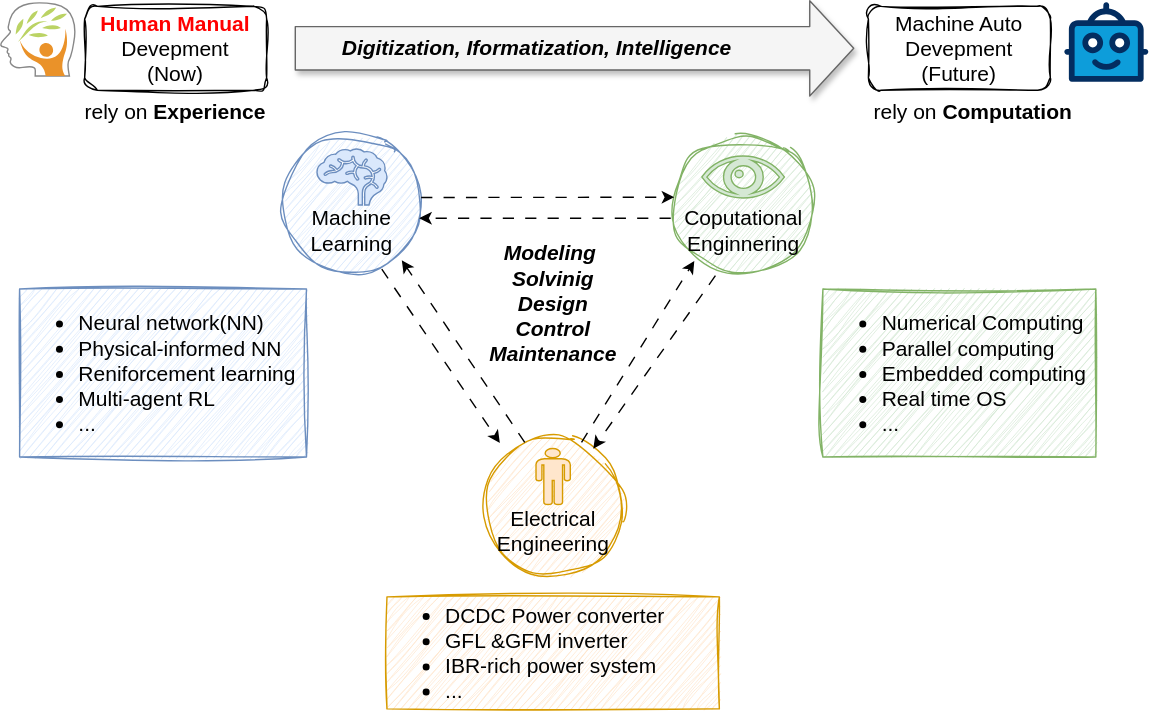
This is assets/media/Web_HomePage.svg from CharlinZheng/CharlinZheng.github.io, a draw.io export, as it was before one commit. Source tidied: cells renumbered, new cells last; positions are measured from the earlier drawing's top-left corner, leaving out a move shared by most shapes. Its diagram source:
```xml
<mxGraphModel>
  <root>
    <mxCell id="0" />
    <mxCell id="1" parent="0" />
    <mxCell id="2" value="&lt;div&gt;&lt;br&gt;&lt;/div&gt;&lt;div&gt;&lt;br&gt;&lt;/div&gt;Electrical Engineering" style="ellipse;whiteSpace=wrap;html=1;sketch=1;curveFitting=1;jiggle=2;fillColor=#ffe6cc;strokeColor=#d79b00;fontSize=15;" parent="1" vertex="1">
      <mxGeometry x="344.8" y="310" width="100" height="100" as="geometry" />
    </mxCell>
    <mxCell id="3" value="&lt;div&gt;&lt;br&gt;&lt;/div&gt;&lt;div&gt;&lt;br&gt;&lt;/div&gt;Machine&lt;div&gt;Learning&lt;/div&gt;" style="ellipse;whiteSpace=wrap;html=1;sketch=1;curveFitting=1;jiggle=2;fillColor=#dae8fc;strokeColor=#6c8ebf;fontSize=15;" parent="1" vertex="1">
      <mxGeometry x="201" y="95" width="100" height="100" as="geometry" />
    </mxCell>
    <mxCell id="4" value="&lt;div&gt;&lt;br&gt;&lt;/div&gt;&lt;div&gt;&lt;br&gt;&lt;/div&gt;Coputational&lt;div&gt;Enginnering&lt;/div&gt;" style="ellipse;whiteSpace=wrap;html=1;sketch=1;curveFitting=1;jiggle=2;fillColor=#d5e8d4;strokeColor=#82b366;fontSize=15;" parent="1" vertex="1">
      <mxGeometry x="481" y="95" width="100" height="100" as="geometry" />
    </mxCell>
    <mxCell id="5" value="&lt;b&gt;&lt;font style=&quot;color: rgb(255, 0, 0);&quot;&gt;Human M&lt;/font&gt;&lt;/b&gt;&lt;font color=&quot;#ff0000&quot;&gt;&lt;b&gt;anual&lt;/b&gt;&lt;/font&gt;&lt;div&gt;Devepment&lt;/div&gt;&lt;div&gt;(Now)&lt;/div&gt;" style="rounded=1;whiteSpace=wrap;html=1;glass=0;sketch=1;curveFitting=1;jiggle=2;fontSize=15;" parent="1" vertex="1">
      <mxGeometry x="60" y="3" width="130" height="60" as="geometry" />
    </mxCell>
    <mxCell id="6" value="Machine Auto&lt;div&gt;Devepment&lt;/div&gt;&lt;div&gt;(Future)&lt;/div&gt;" style="rounded=1;whiteSpace=wrap;html=1;glass=0;sketch=1;curveFitting=1;jiggle=2;fontSize=15;" parent="1" vertex="1">
      <mxGeometry x="620" y="3" width="130" height="60" as="geometry" />
    </mxCell>
    <mxCell id="7" style="shape=flexArrow;endArrow=classic;html=1;rounded=1;endWidth=36;endSize=10.137931034482758;width=31.03448275862069;flowAnimation=0;fontStyle=2;shadow=1;fillColor=#f5f5f5;strokeColor=#666666;" parent="1" edge="1">
      <mxGeometry relative="1" as="geometry">
        <mxPoint x="210" y="33" as="sourcePoint" />
        <mxPoint x="610" y="33" as="targetPoint" />
      </mxGeometry>
    </mxCell>
    <mxCell id="8" value="rely on &lt;b&gt;Experience&lt;/b&gt;" style="text;strokeColor=none;align=center;fillColor=none;html=1;verticalAlign=middle;whiteSpace=wrap;rounded=0;fontSize=15;" parent="1" vertex="1">
      <mxGeometry x="55" y="63" width="140" height="30" as="geometry" />
    </mxCell>
    <mxCell id="9" value="rely on &lt;b&gt;Computation&lt;/b&gt;" style="text;strokeColor=none;align=center;fillColor=none;html=1;verticalAlign=middle;whiteSpace=wrap;rounded=0;fontSize=15;" parent="1" vertex="1">
      <mxGeometry x="610" y="63" width="170" height="30" as="geometry" />
    </mxCell>
    <mxCell id="10" value="&lt;ul&gt;&lt;li&gt;&lt;span style=&quot;background-color: transparent; color: light-dark(rgb(0, 0, 0), rgb(255, 255, 255));&quot;&gt;Numerical Computing&lt;/span&gt;&lt;/li&gt;&lt;li&gt;Parallel computing&lt;/li&gt;&lt;li&gt;Embedded computing&lt;/li&gt;&lt;li&gt;Real time OS&lt;/li&gt;&lt;li&gt;...&lt;/li&gt;&lt;/ul&gt;" style="text;strokeColor=#82b366;align=left;fillColor=#d5e8d4;html=1;verticalAlign=middle;whiteSpace=wrap;rounded=0;fontSize=15;sketch=1;curveFitting=1;jiggle=2;" parent="1" vertex="1">
      <mxGeometry x="587.5" y="205" width="195" height="120" as="geometry" />
    </mxCell>
    <mxCell id="11" value="&lt;ul&gt;&lt;li&gt;Neural network(NN)&lt;/li&gt;&lt;li&gt;Physical-informed NN&lt;/li&gt;&lt;li&gt;Reniforcement learning&lt;/li&gt;&lt;li&gt;Multi-agent RL&lt;/li&gt;&lt;li&gt;...&lt;/li&gt;&lt;/ul&gt;" style="text;strokeColor=#6c8ebf;align=left;fillColor=#dae8fc;html=1;verticalAlign=middle;whiteSpace=wrap;rounded=0;fontSize=15;sketch=1;curveFitting=1;jiggle=2;" parent="1" vertex="1">
      <mxGeometry x="13.5" y="205" width="205" height="120" as="geometry" />
    </mxCell>
    <mxCell id="12" value="&lt;ul&gt;&lt;li&gt;DCDC Power converter&lt;/li&gt;&lt;li&gt;GFL &amp;amp;GFM inverter&lt;/li&gt;&lt;li&gt;IBR-rich power system&lt;/li&gt;&lt;li&gt;...&lt;/li&gt;&lt;/ul&gt;" style="text;strokeColor=#d79b00;align=left;fillColor=#ffe6cc;html=1;verticalAlign=middle;whiteSpace=wrap;rounded=0;fontSize=15;sketch=1;curveFitting=1;jiggle=2;" parent="1" vertex="1">
      <mxGeometry x="276" y="425" width="237.5" height="80" as="geometry" />
    </mxCell>
    <mxCell id="13" value="&lt;span style=&quot;background-color: transparent; color: light-dark(rgb(0, 0, 0), rgb(255, 255, 255));&quot;&gt;Modeling&amp;nbsp;&lt;/span&gt;&lt;br&gt;&lt;span style=&quot;background-color: transparent; color: light-dark(rgb(0, 0, 0), rgb(255, 255, 255));&quot;&gt;Solvinig&lt;/span&gt;&lt;br&gt;&lt;span style=&quot;background-color: transparent; color: light-dark(rgb(0, 0, 0), rgb(255, 255, 255));&quot;&gt;Design&lt;/span&gt;&lt;br&gt;&lt;span style=&quot;background-color: transparent; color: light-dark(rgb(0, 0, 0), rgb(255, 255, 255));&quot;&gt;Control&lt;/span&gt;&lt;br&gt;&lt;span style=&quot;background-color: transparent; color: light-dark(rgb(0, 0, 0), rgb(255, 255, 255));&quot;&gt;Maintenance&lt;/span&gt;" style="text;strokeColor=none;align=center;fillColor=none;html=1;verticalAlign=middle;whiteSpace=wrap;rounded=0;fontSize=15;sketch=1;curveFitting=1;jiggle=2;shadow=1;fontStyle=3;" parent="1" vertex="1">
      <mxGeometry x="319.8" y="160" width="150" height="110" as="geometry" />
    </mxCell>
    <mxCell id="14" style="shape=mxgraph.signs.healthcare.eye;html=1;fillColor=#d5e8d4;strokeColor=#82b366;verticalLabelPosition=bottom;verticalAlign=top;align=center;" parent="1" vertex="1">
      <mxGeometry x="501" y="110" width="59" height="30" as="geometry" />
    </mxCell>
    <mxCell id="15" style="shape=mxgraph.signs.healthcare.brain;html=1;fillColor=#dae8fc;strokeColor=#6c8ebf;verticalLabelPosition=bottom;verticalAlign=top;align=center;" parent="1" vertex="1">
      <mxGeometry x="226" y="105" width="50" height="40" as="geometry" />
    </mxCell>
    <mxCell id="16" style="shape=mxgraph.signs.people.man_1;html=1;fillColor=#ffe6cc;strokeColor=#d79b00;verticalLabelPosition=bottom;verticalAlign=top;align=center;" parent="1" vertex="1">
      <mxGeometry x="382.5" y="319" width="24.5" height="40" as="geometry" />
    </mxCell>
    <mxCell id="17" style="verticalLabelPosition=bottom;html=1;shape=mxgraph.salesforce.bots;" parent="1" vertex="1">
      <mxGeometry x="760" width="60" height="57" as="geometry" />
    </mxCell>
    <mxCell id="18" style="dashed=0;html=1;align=center;labelPosition=center;verticalLabelPosition=bottom;verticalAlign=top;shape=mxgraph.weblogos.mind_body_green;strokeColor=#888888;" parent="1" vertex="1">
      <mxGeometry width="53.4" height="52.8" as="geometry" />
    </mxCell>
    <mxCell id="19" style="endArrow=classic;html=1;rounded=0;flowAnimation=1;entryX=0.003;entryY=0.444;entryDx=0;entryDy=0;entryPerimeter=0;exitX=0.989;exitY=0.446;exitDx=0;exitDy=0;exitPerimeter=0;" parent="1" edge="1" source="3" target="4">
      <mxGeometry relative="1" as="geometry" />
    </mxCell>
    <mxCell id="20" style="endArrow=classic;html=1;rounded=0;flowAnimation=1;exitX=-0.017;exitY=0.594;exitDx=0;exitDy=0;exitPerimeter=0;entryX=0.98;entryY=0.594;entryDx=0;entryDy=0;entryPerimeter=0;" parent="1" edge="1" source="4" target="3">
      <mxGeometry relative="1" as="geometry" />
    </mxCell>
    <mxCell id="21" style="endArrow=classic;html=1;rounded=0;flowAnimation=1;entryX=0.146;entryY=0.9;entryDx=0;entryDy=0;entryPerimeter=0;exitX=0.7;exitY=0.05;exitDx=0;exitDy=0;exitPerimeter=0;" parent="1" edge="1" source="2" target="4">
      <mxGeometry relative="1" as="geometry" />
    </mxCell>
    <mxCell id="22" style="endArrow=classic;html=1;rounded=0;flowAnimation=1;exitX=0.3;exitY=1;exitDx=0;exitDy=0;exitPerimeter=0;" parent="1" edge="1" source="4" target="2">
      <mxGeometry relative="1" as="geometry" />
    </mxCell>
    <mxCell id="23" style="endArrow=classic;html=1;rounded=0;flowAnimation=1;exitX=0.71;exitY=0.954;exitDx=0;exitDy=0;exitPerimeter=0;entryX=0.119;entryY=0.05;entryDx=0;entryDy=0;entryPerimeter=0;" parent="1" edge="1" source="3" target="2">
      <mxGeometry relative="1" as="geometry" />
    </mxCell>
    <mxCell id="24" style="endArrow=classic;html=1;rounded=0;flowAnimation=1;entryX=0.856;entryY=0.894;entryDx=0;entryDy=0;entryPerimeter=0;exitX=0.3;exitY=0.05;exitDx=0;exitDy=0;exitPerimeter=0;" parent="1" edge="1" source="2" target="3">
      <mxGeometry relative="1" as="geometry" />
    </mxCell>
    <mxCell id="25" value="&lt;span style=&quot;color: rgb(0, 0, 0); font-family: &amp;quot;&amp;quot;, sans-serif; font-size: 15px; font-variant-ligatures: normal; font-variant-caps: normal; letter-spacing: normal; orphans: 2; text-align: right; text-indent: 0px; text-transform: none; widows: 2; word-spacing: 0px; -webkit-text-stroke-width: 0px; white-space: normal; text-decoration-thickness: initial; text-decoration-style: initial; text-decoration-color: initial; float: none; display: inline !important;&quot;&gt;&lt;b&gt;&amp;nbsp;Digitization, Iformatization, Intelligence&lt;/b&gt;&lt;/span&gt;" style="text;whiteSpace=wrap;html=1;fontFamily=Helvetica;fontSize=11;fontColor=#009900;fontStyle=2;labelBackgroundColor=none;" parent="1" vertex="1">
      <mxGeometry x="237.5" y="17" width="350" height="40" as="geometry" />
    </mxCell>
  </root>
</mxGraphModel>
```
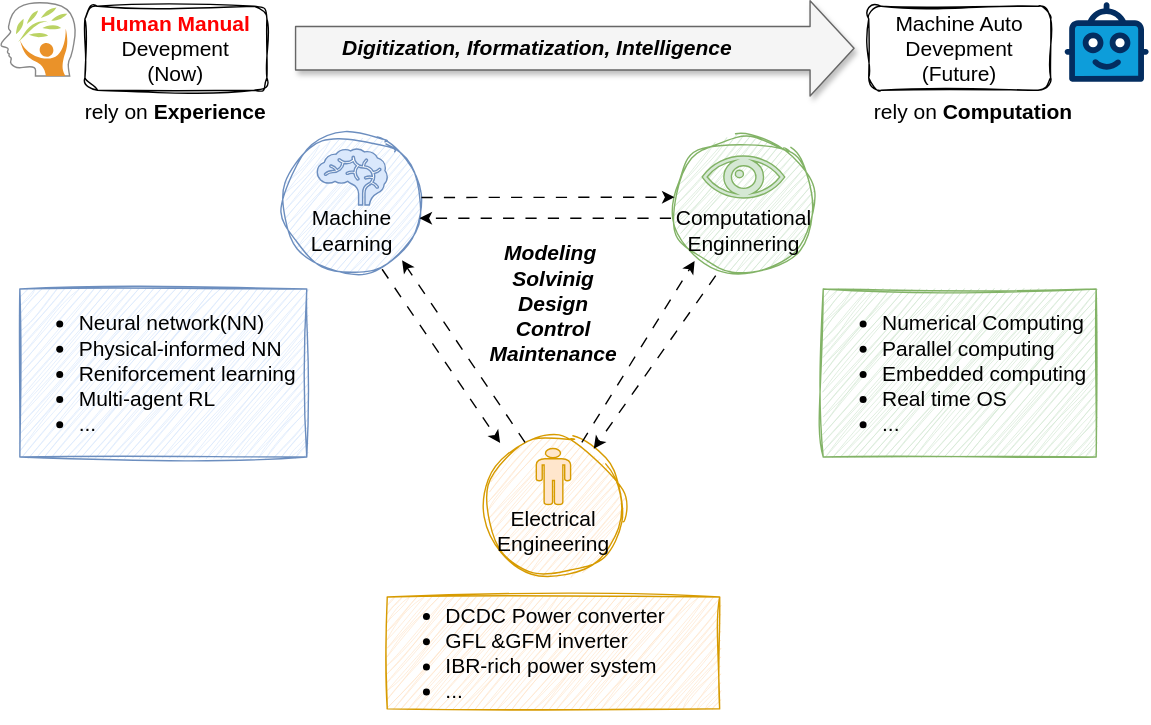
After the change.

Commit message:
Implement code changes to enhance functionality and improve performance

Change to the diagram source:
```diff
@@ -8,7 +8,7 @@
     <mxCell id="3" value="&lt;div&gt;&lt;br&gt;&lt;/div&gt;&lt;div&gt;&lt;br&gt;&lt;/div&gt;Machine&lt;div&gt;Learning&lt;/div&gt;" style="ellipse;whiteSpace=wrap;html=1;sketch=1;curveFitting=1;jiggle=2;fillColor=#dae8fc;strokeColor=#6c8ebf;fontSize=15;" parent="1" vertex="1">
       <mxGeometry x="201" y="95" width="100" height="100" as="geometry" />
     </mxCell>
-    <mxCell id="4" value="&lt;div&gt;&lt;br&gt;&lt;/div&gt;&lt;div&gt;&lt;br&gt;&lt;/div&gt;Coputational&lt;div&gt;Enginnering&lt;/div&gt;" style="ellipse;whiteSpace=wrap;html=1;sketch=1;curveFitting=1;jiggle=2;fillColor=#d5e8d4;strokeColor=#82b366;fontSize=15;" parent="1" vertex="1">
+    <mxCell id="4" value="&lt;div&gt;&lt;br&gt;&lt;/div&gt;&lt;div&gt;&lt;br&gt;&lt;/div&gt;Computational&lt;div&gt;Enginnering&lt;/div&gt;" style="ellipse;whiteSpace=wrap;html=1;sketch=1;curveFitting=1;jiggle=2;fillColor=#d5e8d4;strokeColor=#82b366;fontSize=15;" parent="1" vertex="1">
       <mxGeometry x="481" y="95" width="100" height="100" as="geometry" />
     </mxCell>
     <mxCell id="5" value="&lt;b&gt;&lt;font style=&quot;color: rgb(255, 0, 0);&quot;&gt;Human M&lt;/font&gt;&lt;/b&gt;&lt;font color=&quot;#ff0000&quot;&gt;&lt;b&gt;anual&lt;/b&gt;&lt;/font&gt;&lt;div&gt;Devepment&lt;/div&gt;&lt;div&gt;(Now)&lt;/div&gt;" style="rounded=1;whiteSpace=wrap;html=1;glass=0;sketch=1;curveFitting=1;jiggle=2;fontSize=15;" parent="1" vertex="1">
```
